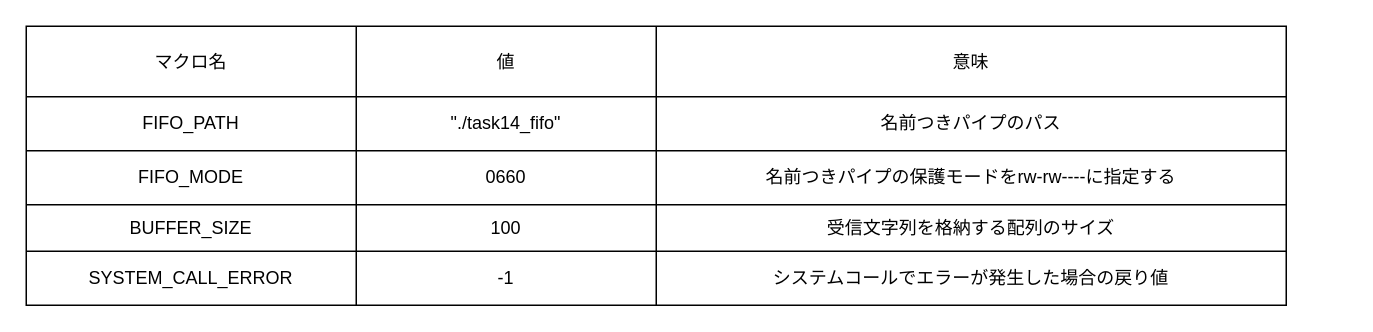
Above: page "外部情報" (2 of 2) of c-advanced/task14_receive.drawio in lkq9873/c-training (draw.io), before the change. Source tidied: cells renumbered, new cells numbered last; positions are measured from the earlier drawing's top-left corner, leaving out a move shared by most shapes. Both pictures are drawn from the tidied source at 150%, with x=0, y=0 at pixel (26, 26).
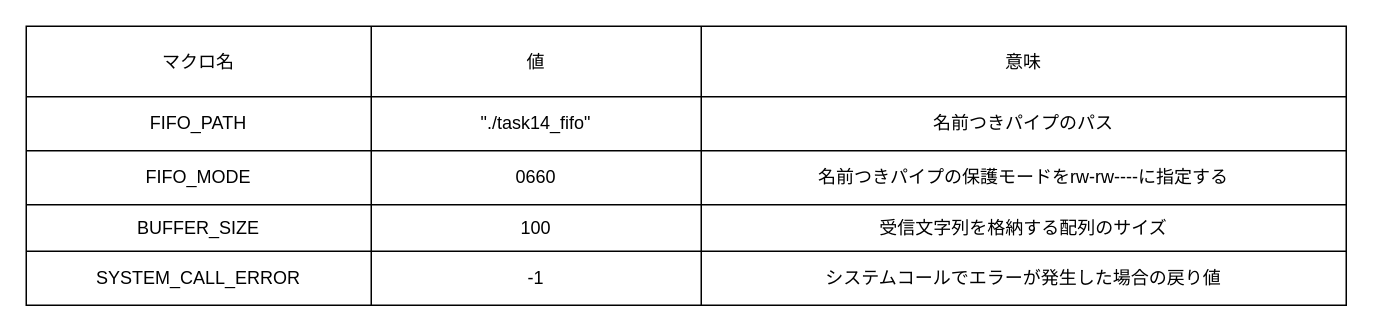
After the change.

Change to the diagram source:
```diff
@@
-    <mxCell id="0" />
-    <mxCell id="1" parent="0" />
-    <mxCell id="2" style="shape=table;startSize=0;childLayout=tableLayout;" parent="1" vertex="1">
-      <mxGeometry width="840" height="186" as="geometry" />
-    </mxCell>
-    <mxCell id="3" style="shape=tableRow;horizontal=0;startSize=0;swimlaneHead=0;swimlaneBody=0;strokeColor=inherit;top=0;left=0;bottom=0;right=0;fillColor=none;" parent="2" vertex="1">
-      <mxGeometry width="840" height="47" as="geometry" />
-    </mxCell>
+    <mxCell id="23" />
+    <mxCell id="24" parent="23" />
+    <mxCell id="25" style="shape=table;startSize=0;childLayout=tableLayout;" parent="24" vertex="1">
+      <mxGeometry width="880" height="186" as="geometry" />
+    </mxCell>
+    <mxCell id="26" style="shape=tableRow;horizontal=0;startSize=0;swimlaneHead=0;swimlaneBody=0;strokeColor=inherit;top=0;left=0;bottom=0;right=0;fillColor=none;" parent="25" vertex="1">
+      <mxGeometry width="880" height="47" as="geometry" />
+    </mxCell>
-    <mxCell id="4" value="マクロ名" style="shape=partialRectangle;html=1;whiteSpace=wrap;strokeColor=inherit;overflow=hidden;fillColor=none;top=0;left=0;bottom=0;right=0;" parent="3" vertex="1">
-      <mxGeometry width="220" height="47" as="geometry" />
+    <mxCell id="4" value="マクロ名" style="shape=partialRectangle;html=1;whiteSpace=wrap;strokeColor=inherit;overflow=hidden;fillColor=none;top=0;left=0;bottom=0;right=0;" parent="26" vertex="1">
+      <mxGeometry width="230" height="47" as="geometry" />
     </mxCell>
-    <mxCell id="5" value="値" style="shape=partialRectangle;html=1;whiteSpace=wrap;strokeColor=inherit;overflow=hidden;fillColor=none;top=0;left=0;bottom=0;right=0;" parent="3" vertex="1">
-      <mxGeometry x="220" width="200" height="47" as="geometry" />
+    <mxCell id="5" value="値" style="shape=partialRectangle;html=1;whiteSpace=wrap;strokeColor=inherit;overflow=hidden;fillColor=none;top=0;left=0;bottom=0;right=0;" parent="26" vertex="1">
+      <mxGeometry x="230" width="220" height="47" as="geometry" />
     </mxCell>
-    <mxCell id="6" value="意味" style="shape=partialRectangle;html=1;whiteSpace=wrap;strokeColor=inherit;overflow=hidden;fillColor=none;top=0;left=0;bottom=0;right=0;" parent="3" vertex="1">
-      <mxGeometry x="420" width="420" height="47" as="geometry" />
+    <mxCell id="6" value="意味" style="shape=partialRectangle;html=1;whiteSpace=wrap;strokeColor=inherit;overflow=hidden;fillColor=none;top=0;left=0;bottom=0;right=0;" parent="26" vertex="1">
+      <mxGeometry x="450" width="430" height="47" as="geometry" />
     </mxCell>
-    <mxCell id="7" style="shape=tableRow;horizontal=0;startSize=0;swimlaneHead=0;swimlaneBody=0;strokeColor=inherit;top=0;left=0;bottom=0;right=0;fillColor=none;" parent="2" vertex="1">
-      <mxGeometry y="47" width="840" height="36" as="geometry" />
-    </mxCell>
+    <mxCell id="27" style="shape=tableRow;horizontal=0;startSize=0;swimlaneHead=0;swimlaneBody=0;strokeColor=inherit;top=0;left=0;bottom=0;right=0;fillColor=none;" parent="25" vertex="1">
+      <mxGeometry y="47" width="880" height="36" as="geometry" />
+    </mxCell>
-    <mxCell id="8" value="FIFO_PATH" style="shape=partialRectangle;html=1;whiteSpace=wrap;strokeColor=inherit;overflow=hidden;fillColor=none;top=0;left=0;bottom=0;right=0;" parent="7" vertex="1">
-      <mxGeometry width="220" height="36" as="geometry" />
+    <mxCell id="8" value="FIFO_PATH" style="shape=partialRectangle;html=1;whiteSpace=wrap;strokeColor=inherit;overflow=hidden;fillColor=none;top=0;left=0;bottom=0;right=0;" parent="27" vertex="1">
+      <mxGeometry width="230" height="36" as="geometry" />
     </mxCell>
-    <mxCell id="9" value="&quot;./task14_fifo&quot;" style="shape=partialRectangle;html=1;whiteSpace=wrap;strokeColor=inherit;overflow=hidden;fillColor=none;top=0;left=0;bottom=0;right=0;" parent="7" vertex="1">
-      <mxGeometry x="220" width="200" height="36" as="geometry" />
+    <mxCell id="9" value="&quot;./task14_fifo&quot;" style="shape=partialRectangle;html=1;whiteSpace=wrap;strokeColor=inherit;overflow=hidden;fillColor=none;top=0;left=0;bottom=0;right=0;" parent="27" vertex="1">
+      <mxGeometry x="230" width="220" height="36" as="geometry" />
     </mxCell>
-    <mxCell id="10" value="名前つきパイプのパス" style="shape=partialRectangle;html=1;whiteSpace=wrap;strokeColor=inherit;overflow=hidden;fillColor=none;top=0;left=0;bottom=0;right=0;" parent="7" vertex="1">
-      <mxGeometry x="420" width="420" height="36" as="geometry" />
+    <mxCell id="10" value="名前つきパイプのパス" style="shape=partialRectangle;html=1;whiteSpace=wrap;strokeColor=inherit;overflow=hidden;fillColor=none;top=0;left=0;bottom=0;right=0;" parent="27" vertex="1">
+      <mxGeometry x="450" width="430" height="36" as="geometry" />
     </mxCell>
-    <mxCell id="11" style="shape=tableRow;horizontal=0;startSize=0;swimlaneHead=0;swimlaneBody=0;strokeColor=inherit;top=0;left=0;bottom=0;right=0;fillColor=none;" parent="2" vertex="1">
-      <mxGeometry y="83" width="840" height="36" as="geometry" />
-    </mxCell>
+    <mxCell id="28" style="shape=tableRow;horizontal=0;startSize=0;swimlaneHead=0;swimlaneBody=0;strokeColor=inherit;top=0;left=0;bottom=0;right=0;fillColor=none;" parent="25" vertex="1">
+      <mxGeometry y="83" width="880" height="36" as="geometry" />
+    </mxCell>
-    <mxCell id="12" value="FIFO_MODE" style="shape=partialRectangle;html=1;whiteSpace=wrap;strokeColor=inherit;overflow=hidden;fillColor=none;top=0;left=0;bottom=0;right=0;" parent="11" vertex="1">
-      <mxGeometry width="220" height="36" as="geometry" />
+    <mxCell id="12" value="FIFO_MODE" style="shape=partialRectangle;html=1;whiteSpace=wrap;strokeColor=inherit;overflow=hidden;fillColor=none;top=0;left=0;bottom=0;right=0;" parent="28" vertex="1">
+      <mxGeometry width="230" height="36" as="geometry" />
     </mxCell>
-    <mxCell id="13" value="0660" style="shape=partialRectangle;html=1;whiteSpace=wrap;strokeColor=inherit;overflow=hidden;fillColor=none;top=0;left=0;bottom=0;right=0;" parent="11" vertex="1">
-      <mxGeometry x="220" width="200" height="36" as="geometry" />
+    <mxCell id="13" value="0660" style="shape=partialRectangle;html=1;whiteSpace=wrap;strokeColor=inherit;overflow=hidden;fillColor=none;top=0;left=0;bottom=0;right=0;" parent="28" vertex="1">
+      <mxGeometry x="230" width="220" height="36" as="geometry" />
     </mxCell>
-    <mxCell id="14" value="名前つきパイプの保護モードをrw-rw----に指定する" style="shape=partialRectangle;html=1;whiteSpace=wrap;strokeColor=inherit;overflow=hidden;fillColor=none;top=0;left=0;bottom=0;right=0;" parent="11" vertex="1">
-      <mxGeometry x="420" width="420" height="36" as="geometry" />
+    <mxCell id="14" value="名前つきパイプの保護モードをrw-rw----に指定する" style="shape=partialRectangle;html=1;whiteSpace=wrap;strokeColor=inherit;overflow=hidden;fillColor=none;top=0;left=0;bottom=0;right=0;" parent="28" vertex="1">
+      <mxGeometry x="450" width="430" height="36" as="geometry" />
     </mxCell>
-    <mxCell id="15" style="shape=tableRow;horizontal=0;startSize=0;swimlaneHead=0;swimlaneBody=0;strokeColor=inherit;top=0;left=0;bottom=0;right=0;fillColor=none;" parent="2" vertex="1">
-      <mxGeometry y="119" width="840" height="31" as="geometry" />
-    </mxCell>
+    <mxCell id="29" style="shape=tableRow;horizontal=0;startSize=0;swimlaneHead=0;swimlaneBody=0;strokeColor=inherit;top=0;left=0;bottom=0;right=0;fillColor=none;" parent="25" vertex="1">
+      <mxGeometry y="119" width="880" height="31" as="geometry" />
+    </mxCell>
-    <mxCell id="16" value="BUFFER_SIZE" style="shape=partialRectangle;html=1;whiteSpace=wrap;strokeColor=inherit;overflow=hidden;fillColor=none;top=0;left=0;bottom=0;right=0;" parent="15" vertex="1">
-      <mxGeometry width="220" height="31" as="geometry" />
+    <mxCell id="16" value="BUFFER_SIZE" style="shape=partialRectangle;html=1;whiteSpace=wrap;strokeColor=inherit;overflow=hidden;fillColor=none;top=0;left=0;bottom=0;right=0;" parent="29" vertex="1">
+      <mxGeometry width="230" height="31" as="geometry" />
     </mxCell>
-    <mxCell id="17" value="100" style="shape=partialRectangle;html=1;whiteSpace=wrap;strokeColor=inherit;overflow=hidden;fillColor=none;top=0;left=0;bottom=0;right=0;" parent="15" vertex="1">
-      <mxGeometry x="220" width="200" height="31" as="geometry" />
+    <mxCell id="17" value="100" style="shape=partialRectangle;html=1;whiteSpace=wrap;strokeColor=inherit;overflow=hidden;fillColor=none;top=0;left=0;bottom=0;right=0;" parent="29" vertex="1">
+      <mxGeometry x="230" width="220" height="31" as="geometry" />
     </mxCell>
-    <mxCell id="18" value="受信文字列を格納する配列のサイズ" style="shape=partialRectangle;html=1;whiteSpace=wrap;strokeColor=inherit;overflow=hidden;fillColor=none;top=0;left=0;bottom=0;right=0;" parent="15" vertex="1">
-      <mxGeometry x="420" width="420" height="31" as="geometry" />
+    <mxCell id="18" value="受信文字列を格納する配列のサイズ" style="shape=partialRectangle;html=1;whiteSpace=wrap;strokeColor=inherit;overflow=hidden;fillColor=none;top=0;left=0;bottom=0;right=0;" parent="29" vertex="1">
+      <mxGeometry x="450" width="430" height="31" as="geometry" />
     </mxCell>
-    <mxCell id="19" style="shape=tableRow;horizontal=0;startSize=0;swimlaneHead=0;swimlaneBody=0;strokeColor=inherit;top=0;left=0;bottom=0;right=0;fillColor=none;" parent="2" vertex="1">
-      <mxGeometry y="150" width="840" height="36" as="geometry" />
-    </mxCell>
+    <mxCell id="30" style="shape=tableRow;horizontal=0;startSize=0;swimlaneHead=0;swimlaneBody=0;strokeColor=inherit;top=0;left=0;bottom=0;right=0;fillColor=none;" parent="25" vertex="1">
+      <mxGeometry y="150" width="880" height="36" as="geometry" />
+    </mxCell>
-    <mxCell id="20" value="SYSTEM_CALL_ERROR" style="shape=partialRectangle;html=1;whiteSpace=wrap;strokeColor=inherit;overflow=hidden;fillColor=none;top=0;left=0;bottom=0;right=0;" parent="19" vertex="1">
-      <mxGeometry width="220" height="36" as="geometry" />
+    <mxCell id="20" value="SYSTEM_CALL_ERROR" style="shape=partialRectangle;html=1;whiteSpace=wrap;strokeColor=inherit;overflow=hidden;fillColor=none;top=0;left=0;bottom=0;right=0;" parent="30" vertex="1">
+      <mxGeometry width="230" height="36" as="geometry" />
     </mxCell>
-    <mxCell id="21" value="-1" style="shape=partialRectangle;html=1;whiteSpace=wrap;strokeColor=inherit;overflow=hidden;fillColor=none;top=0;left=0;bottom=0;right=0;" parent="19" vertex="1">
-      <mxGeometry x="220" width="200" height="36" as="geometry" />
+    <mxCell id="21" value="-1" style="shape=partialRectangle;html=1;whiteSpace=wrap;strokeColor=inherit;overflow=hidden;fillColor=none;top=0;left=0;bottom=0;right=0;" parent="30" vertex="1">
+      <mxGeometry x="230" width="220" height="36" as="geometry" />
     </mxCell>
-    <mxCell id="22" value="システムコールでエラーが発生した場合の戻り値" style="shape=partialRectangle;html=1;whiteSpace=wrap;strokeColor=inherit;overflow=hidden;fillColor=none;top=0;left=0;bottom=0;right=0;" parent="19" vertex="1">
-      <mxGeometry x="420" width="420" height="36" as="geometry" />
+    <mxCell id="22" value="システムコールでエラーが発生した場合の戻り値" style="shape=partialRectangle;html=1;whiteSpace=wrap;strokeColor=inherit;overflow=hidden;fillColor=none;top=0;left=0;bottom=0;right=0;" parent="30" vertex="1">
+      <mxGeometry x="450" width="430" height="36" as="geometry" />
     </mxCell>
```
